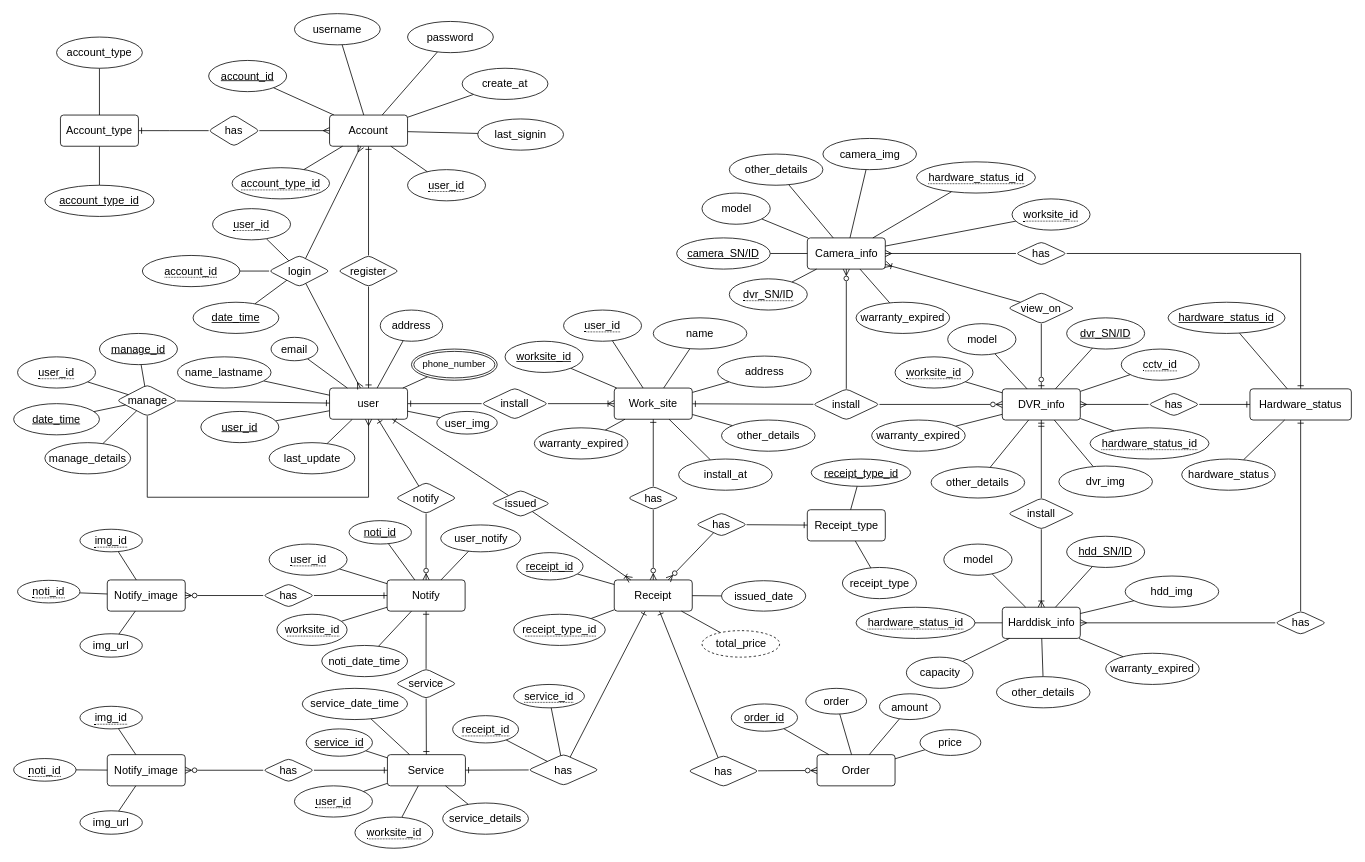
This is design/ERD.drawio from Roseedee/CCTVWebService-PHP, a draw.io file, before an edit. Source tidied: cells renumbered, new cells numbered last; positions are measured from the earlier drawing's top-left corner, leaving out a move shared by most shapes. Both pictures are drawn from the tidied source at 78%, with x=0, y=0 at pixel (13, 13).
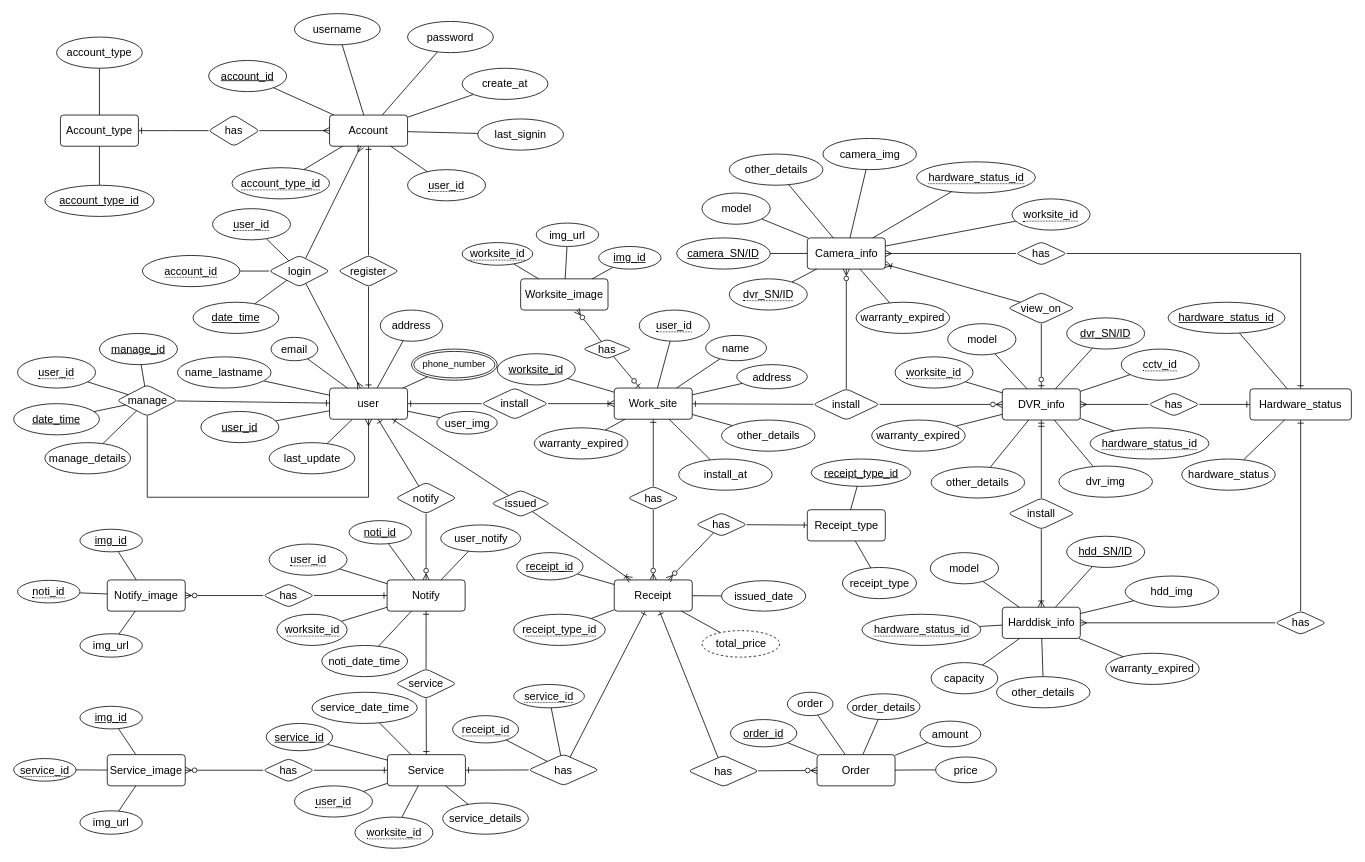
Above is the later version.

The change refers to these unchanged cells:
```xml
<mxCell id="48" value="Work_site" style="rounded=1;arcSize=10;whiteSpace=wrap;html=1;align=center;fontSize=14;" parent="1" vertex="1">
  <mxGeometry x="770" y="480" width="100" height="40" as="geometry" />
</mxCell>
<mxCell id="229" value="Order" style="rounded=1;arcSize=10;whiteSpace=wrap;html=1;align=center;fontSize=14;" parent="1" vertex="1">
  <mxGeometry x="1030" y="950" width="100" height="40" as="geometry" />
</mxCell>
```

Change to the diagram source:
```diff
@@
     <mxCell id="49" value="worksite_id" style="ellipse;whiteSpace=wrap;html=1;align=center;fontStyle=4;fontSize=14;" parent="1" vertex="1">
-      <mxGeometry x="630" y="420" width="100" height="40" as="geometry" />
+      <mxGeometry x="620" y="436" width="100" height="40" as="geometry" />
     </mxCell>
     <mxCell id="50" value="&lt;span style=&quot;border-bottom: 1px dotted; font-size: 14px;&quot;&gt;user_id&lt;/span&gt;" style="ellipse;whiteSpace=wrap;html=1;align=center;fontSize=14;" parent="1" vertex="1">
-      <mxGeometry x="705" y="380" width="100" height="40" as="geometry" />
+      <mxGeometry x="802" y="380" width="90" height="40" as="geometry" />
     </mxCell>
     <mxCell id="51" value="name" style="ellipse;whiteSpace=wrap;html=1;align=center;fontSize=14;" parent="1" vertex="1">
-      <mxGeometry x="820" y="390" width="120" height="40" as="geometry" />
+      <mxGeometry x="887.2" y="412.5" width="78" height="32.5" as="geometry" />
     </mxCell>
     <mxCell id="52" value="address" style="ellipse;whiteSpace=wrap;html=1;align=center;fontSize=14;" parent="1" vertex="1">
-      <mxGeometry x="902.5" y="439" width="120" height="40" as="geometry" />
+      <mxGeometry x="927" y="450" width="90.5" height="31" as="geometry" />
     </mxCell>
@@
     <mxCell id="93" value="model" style="ellipse;whiteSpace=wrap;html=1;align=center;fontSize=14;" parent="1" vertex="1">
-      <mxGeometry x="1192.5" y="680" width="87.5" height="40" as="geometry" />
+      <mxGeometry x="1175.2" y="691" width="87.5" height="40" as="geometry" />
     </mxCell>
@@
     <mxCell id="100" value="capacity" style="ellipse;whiteSpace=wrap;html=1;align=center;fontSize=14;" parent="1" vertex="1">
-      <mxGeometry x="1144.5" y="825" width="85.5" height="40" as="geometry" />
+      <mxGeometry x="1176.2" y="832" width="85.5" height="40" as="geometry" />
     </mxCell>
@@
     <mxCell id="117" value="&lt;span style=&quot;border-bottom: 1px dotted; font-size: 14px;&quot;&gt;hardware_status_id&lt;/span&gt;" style="ellipse;whiteSpace=wrap;html=1;align=center;fontSize=14;" parent="1" vertex="1">
-      <mxGeometry x="1080" y="761" width="152.5" height="40" as="geometry" />
+      <mxGeometry x="1087.5" y="770" width="152.5" height="40" as="geometry" />
     </mxCell>
@@
-    <mxCell id="167" value="&lt;span style=&quot;border-bottom: 1px dotted; font-size: 14px;&quot;&gt;img_id&lt;/span&gt;" style="ellipse;whiteSpace=wrap;html=1;align=center;fontSize=14;" parent="1" vertex="1">
+    <mxCell id="167" value="img_id" style="ellipse;whiteSpace=wrap;align=center;fontSize=14;strokeColor=default;fontStyle=4;" parent="1" vertex="1">
       <mxGeometry x="85" y="661" width="80" height="29" as="geometry" />
     </mxCell>
@@
     <mxCell id="182" value="service_id" style="ellipse;whiteSpace=wrap;html=1;align=center;fontStyle=4;fontSize=14;" parent="1" vertex="1">
-      <mxGeometry x="375" y="917" width="85" height="35" as="geometry" />
+      <mxGeometry x="323.8" y="910" width="85" height="35" as="geometry" />
     </mxCell>
@@
     <mxCell id="194" value="service_date_time" style="ellipse;whiteSpace=wrap;html=1;align=center;fontSize=14;" parent="1" vertex="1">
-      <mxGeometry x="370" y="865" width="135" height="40" as="geometry" />
+      <mxGeometry x="382.5" y="870" width="135" height="40" as="geometry" />
     </mxCell>
@@
-    <mxCell id="203" value="Notify_image" style="rounded=1;arcSize=10;whiteSpace=wrap;html=1;align=center;fontSize=14;" parent="1" vertex="1">
+    <mxCell id="203" value="Service_image" style="rounded=1;arcSize=10;whiteSpace=wrap;html=1;align=center;fontSize=14;" parent="1" vertex="1">
       <mxGeometry x="120" y="950" width="100" height="40" as="geometry" />
     </mxCell>
@@
-    <mxCell id="207" value="&lt;span style=&quot;border-bottom: 1px dotted; font-size: 14px;&quot;&gt;img_id&lt;/span&gt;" style="ellipse;whiteSpace=wrap;html=1;align=center;fontSize=14;" parent="1" vertex="1">
+    <mxCell id="207" value="img_id" style="ellipse;whiteSpace=wrap;align=center;fontSize=14;fontStyle=4;" parent="1" vertex="1">
       <mxGeometry x="85" y="888" width="80" height="29" as="geometry" />
     </mxCell>
@@
-    <mxCell id="209" value="&lt;span style=&quot;border-bottom: 1px dotted; font-size: 14px;&quot;&gt;noti_id&lt;/span&gt;" style="ellipse;whiteSpace=wrap;html=1;align=center;fontSize=14;" parent="1" vertex="1">
+    <mxCell id="209" value="&lt;span style=&quot;border-bottom: 1px dotted; font-size: 14px;&quot;&gt;service_id&lt;/span&gt;" style="ellipse;whiteSpace=wrap;html=1;align=center;fontSize=14;" parent="1" vertex="1">
       <mxGeometry y="955" width="80" height="29" as="geometry" />
     </mxCell>
@@
     <mxCell id="236" value="order_id" style="ellipse;whiteSpace=wrap;html=1;align=center;fontStyle=4;fontSize=14;" parent="1" vertex="1">
-      <mxGeometry x="920" y="885" width="85" height="35" as="geometry" />
+      <mxGeometry x="919" y="905" width="85" height="35" as="geometry" />
     </mxCell>
@@
     <mxCell id="238" value="order" style="ellipse;whiteSpace=wrap;html=1;align=center;fontSize=14;" parent="1" vertex="1">
-      <mxGeometry x="1015.5" y="865" width="78" height="33" as="geometry" />
+      <mxGeometry x="992" y="870" width="58.5" height="30" as="geometry" />
     </mxCell>
@@
     <mxCell id="243" value="price" style="ellipse;whiteSpace=wrap;html=1;align=center;fontSize=14;" parent="1" vertex="1">
-      <mxGeometry x="1162" y="918" width="78" height="33" as="geometry" />
+      <mxGeometry x="1182" y="953" width="78" height="33" as="geometry" />
     </mxCell>
@@
     <mxCell id="245" value="amount" style="ellipse;whiteSpace=wrap;html=1;align=center;fontSize=14;" parent="1" vertex="1">
-      <mxGeometry x="1110" y="872" width="78" height="33" as="geometry" />
+      <mxGeometry x="1162" y="907" width="78" height="33" as="geometry" />
     </mxCell>
+    <mxCell id="246" value="Worksite_image" style="rounded=1;arcSize=10;whiteSpace=wrap;html=1;align=center;fontSize=14;" parent="1" vertex="1">
+      <mxGeometry x="650" y="340" width="112" height="40" as="geometry" />
+    </mxCell>
+    <mxCell id="247" style="edgeStyle=none;rounded=0;jettySize=auto;html=1;endArrow=none;endFill=0;" parent="1" edge="1" source="248" target="246">
+      <mxGeometry relative="1" as="geometry" />
+    </mxCell>
+    <mxCell id="248" value="img_url" style="ellipse;whiteSpace=wrap;html=1;align=center;fontSize=14;" parent="1" vertex="1">
+      <mxGeometry x="670" y="268.5" width="80" height="30" as="geometry" />
+    </mxCell>
+    <mxCell id="249" style="edgeStyle=none;rounded=0;jettySize=auto;html=1;endArrow=none;endFill=0;" parent="1" edge="1" source="250" target="246">
+      <mxGeometry relative="1" as="geometry" />
+    </mxCell>
+    <mxCell id="250" value="img_id" style="ellipse;whiteSpace=wrap;align=center;fontSize=14;fontStyle=4;" parent="1" vertex="1">
+      <mxGeometry x="750" y="298.5" width="80" height="29" as="geometry" />
+    </mxCell>
+    <mxCell id="251" style="edgeStyle=none;rounded=0;jettySize=auto;html=1;endArrow=none;endFill=0;" parent="1" edge="1" source="252" target="246">
+      <mxGeometry relative="1" as="geometry" />
+    </mxCell>
+    <mxCell id="252" value="&lt;span style=&quot;border-bottom: 1px dotted; font-size: 14px;&quot;&gt;worksite_id&lt;/span&gt;" style="ellipse;whiteSpace=wrap;html=1;align=center;fontSize=14;" parent="1" vertex="1">
+      <mxGeometry x="575" y="293.5" width="90.5" height="29" as="geometry" />
+    </mxCell>
+    <mxCell id="253" style="rounded=0;jettySize=auto;html=1;endArrow=ERzeroToOne;endFill=0;" parent="1" edge="1" source="255" target="48">
+      <mxGeometry relative="1" as="geometry" />
+    </mxCell>
+    <mxCell id="254" style="edgeStyle=none;rounded=0;jettySize=auto;html=1;endArrow=ERzeroToMany;endFill=0;" parent="1" edge="1" source="255" target="246">
+      <mxGeometry relative="1" as="geometry" />
+    </mxCell>
+    <mxCell id="255" value="has" style="rhombus;whiteSpace=wrap;html=1;fontSize=14;rounded=1;arcSize=10;" parent="1" vertex="1">
+      <mxGeometry x="730" y="417.5" width="62" height="25" as="geometry" />
+    </mxCell>
+    <mxCell id="256" style="edgeStyle=none;rounded=0;jettySize=auto;html=1;endArrow=none;endFill=0;" parent="1" edge="1" source="257" target="229">
+      <mxGeometry relative="1" as="geometry" />
+    </mxCell>
+    <mxCell id="257" value="order_details" style="ellipse;whiteSpace=wrap;html=1;align=center;fontSize=14;" parent="1" vertex="1">
+      <mxGeometry x="1068.8" y="872" width="93.2" height="33" as="geometry" />
+    </mxCell>
```
